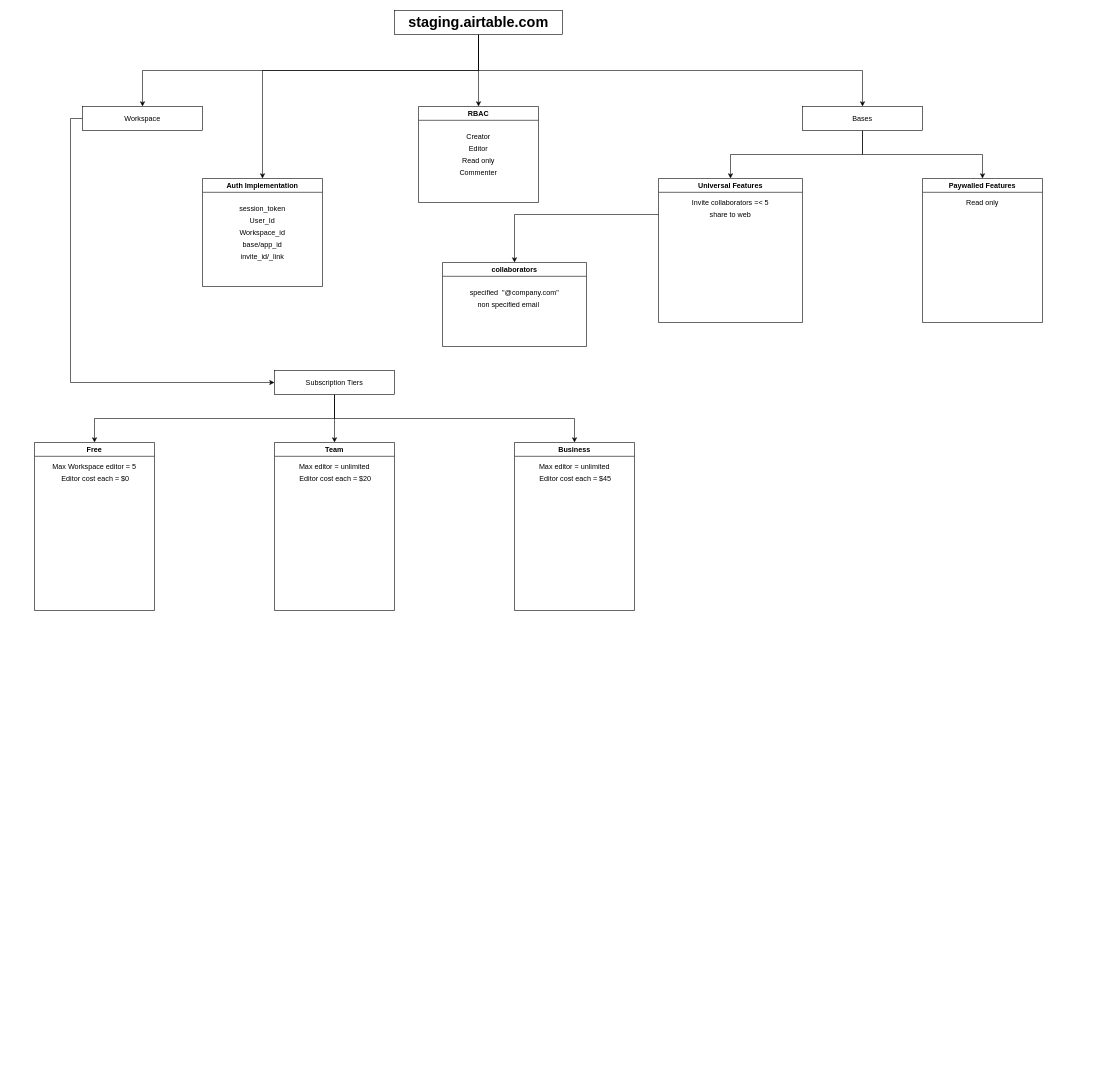
Above: Airtable.drawio in TheEthenian/Target-Maps (draw.io), before the change. Source tidied: cells renumbered, new cells numbered last; positions are measured from the earlier drawing's top-left corner, leaving out a move shared by most shapes. Both pictures are drawn from the tidied source at 60%, with x=0, y=0 at pixel (34, 10).
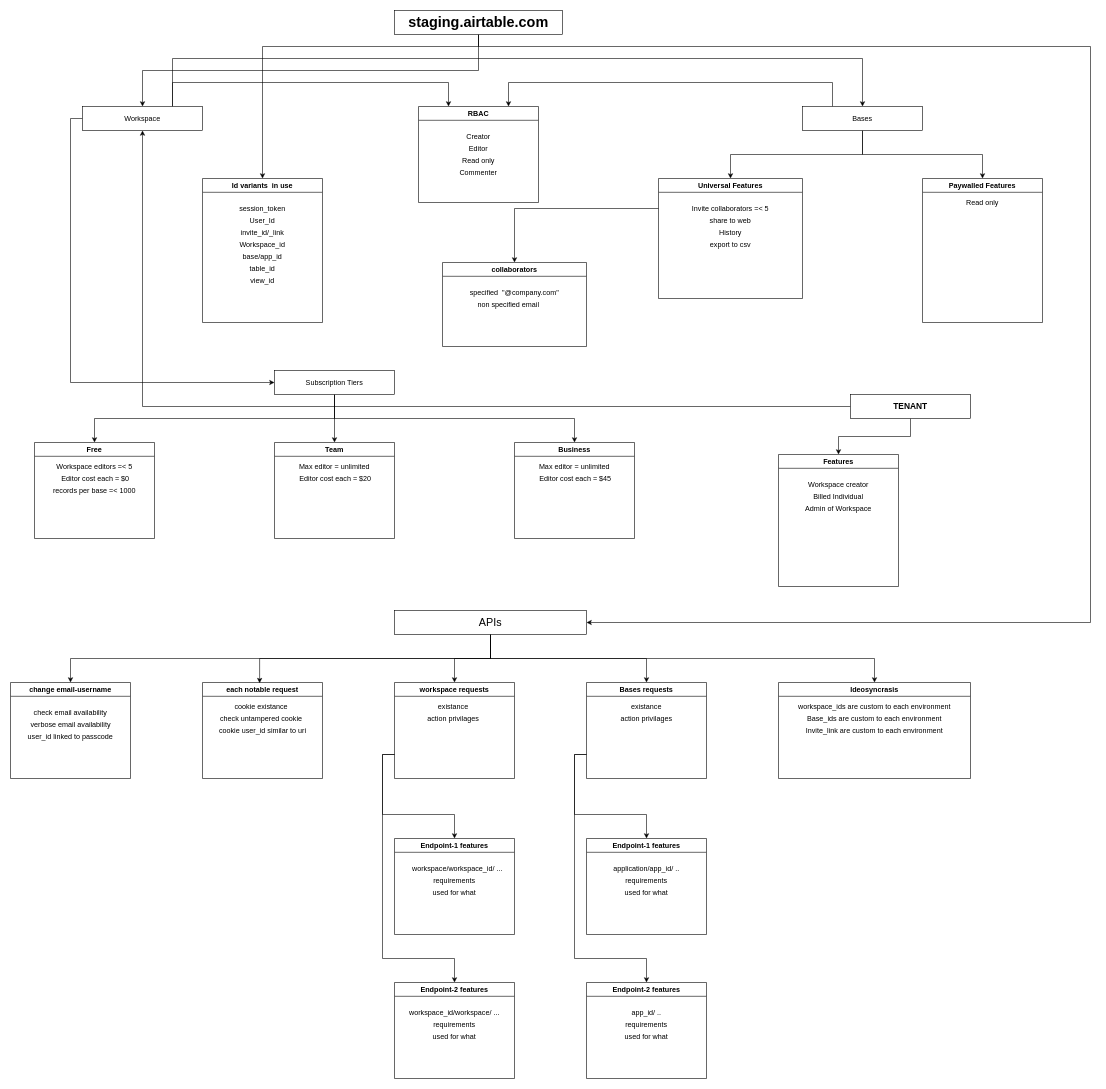
After the change.

The change refers to these unchanged cells:
```xml
<mxCell id="6" value="&lt;b&gt;&lt;font style=&quot;font-size: 24px;&quot;&gt;staging.airtable.com&lt;/font&gt;&lt;/b&gt;" style="rounded=0;whiteSpace=wrap;html=1;" parent="1" vertex="1">
  <mxGeometry x="600" width="280" height="40" as="geometry" />
</mxCell>
<mxCell id="8" value="Workspace" style="rounded=0;whiteSpace=wrap;html=1;" parent="1" vertex="1">
  <mxGeometry x="80" y="160" width="200" height="40" as="geometry" />
</mxCell>
<mxCell id="11" value="Bases" style="rounded=0;whiteSpace=wrap;html=1;" parent="1" vertex="1">
  <mxGeometry x="1280" y="160" width="200" height="40" as="geometry" />
</mxCell>
<mxCell id="25" value="RBAC" style="swimlane;whiteSpace=wrap;html=1;startSize=23;" parent="1" vertex="1">
  <mxGeometry x="640" y="160" width="200" height="160" as="geometry" />
</mxCell>
```

The edit, as a diff of the source:
```diff
@@
-    <mxCell id="3" style="edgeStyle=orthogonalEdgeStyle;rounded=0;jettySize=auto;html=1;exitX=0.5;exitY=1;exitDx=0;exitDy=0;" parent="1" edge="1" source="6" target="25">
-      <mxGeometry relative="1" as="geometry" />
-    </mxCell>
-    <mxCell id="4" style="edgeStyle=orthogonalEdgeStyle;rounded=0;jettySize=auto;html=1;exitX=0.5;exitY=1;exitDx=0;exitDy=0;" parent="1" edge="1" source="6" target="11">
-      <mxGeometry relative="1" as="geometry" />
-    </mxCell>
     <mxCell id="5" style="edgeStyle=orthogonalEdgeStyle;rounded=0;jettySize=auto;html=1;exitX=0.5;exitY=1;exitDx=0;exitDy=0;entryX=0.5;entryY=0;entryDx=0;entryDy=0;" parent="1" edge="1" source="6" target="36">
       <mxGeometry relative="1" as="geometry">
         <Array as="points">
-          <mxPoint x="740" y="100" />
-          <mxPoint x="380" y="100" />
+          <mxPoint x="740" y="60" />
+          <mxPoint x="380" y="60" />
         </Array>
       </mxGeometry>
     </mxCell>
+    <mxCell id="45" style="edgeStyle=orthogonalEdgeStyle;rounded=0;jettySize=auto;html=1;exitX=0.5;exitY=1;exitDx=0;exitDy=0;entryX=1;entryY=0.5;entryDx=0;entryDy=0;" parent="1" edge="1" source="6" target="65">
+      <mxGeometry relative="1" as="geometry">
+        <Array as="points">
+          <mxPoint x="740" y="60" />
+          <mxPoint x="1760" y="60" />
+          <mxPoint x="1760" y="1020" />
+        </Array>
+      </mxGeometry>
+    </mxCell>
@@
+    <mxCell id="46" style="edgeStyle=orthogonalEdgeStyle;rounded=0;jettySize=auto;html=1;exitX=0.75;exitY=0;exitDx=0;exitDy=0;entryX=0.5;entryY=0;entryDx=0;entryDy=0;" parent="1" edge="1" source="8" target="11">
+      <mxGeometry relative="1" as="geometry">
+        <Array as="points">
+          <mxPoint x="230" y="80" />
+          <mxPoint x="1380" y="80" />
+        </Array>
+      </mxGeometry>
+    </mxCell>
+    <mxCell id="47" style="edgeStyle=orthogonalEdgeStyle;rounded=0;jettySize=auto;html=1;exitX=0.75;exitY=0;exitDx=0;exitDy=0;entryX=0.25;entryY=0;entryDx=0;entryDy=0;" parent="1" edge="1" source="8" target="25">
+      <mxGeometry relative="1" as="geometry">
+        <Array as="points">
+          <mxPoint x="230" y="120" />
+          <mxPoint x="690" y="120" />
+        </Array>
+      </mxGeometry>
+    </mxCell>
@@
+    <mxCell id="48" style="edgeStyle=orthogonalEdgeStyle;rounded=0;jettySize=auto;html=1;exitX=0.25;exitY=0;exitDx=0;exitDy=0;entryX=0.75;entryY=0;entryDx=0;entryDy=0;" parent="1" edge="1" source="11" target="25">
+      <mxGeometry relative="1" as="geometry">
+        <Array as="points">
+          <mxPoint x="1330" y="120" />
+          <mxPoint x="790" y="120" />
+        </Array>
+      </mxGeometry>
+    </mxCell>
@@
     <mxCell id="16" value="Free" style="swimlane;whiteSpace=wrap;html=1;" parent="1" vertex="1">
-      <mxGeometry y="720" width="200" height="280" as="geometry" />
+      <mxGeometry y="720" width="200" height="160" as="geometry" />
     </mxCell>
-    <mxCell id="17" value="Max Workspace editor = 5" style="text;html=1;whiteSpace=wrap;strokeColor=none;fillColor=none;align=center;verticalAlign=middle;rounded=0;" parent="16" vertex="1">
+    <mxCell id="17" value="Workspace editors =&amp;lt; 5" style="text;html=1;whiteSpace=wrap;strokeColor=none;fillColor=none;align=center;verticalAlign=middle;rounded=0;" parent="16" vertex="1">
       <mxGeometry x="20" y="30" width="160" height="20" as="geometry" />
     </mxCell>
@@
+    <mxCell id="49" value="records per base =&amp;lt; 1000" style="text;html=1;whiteSpace=wrap;strokeColor=none;fillColor=none;align=center;verticalAlign=middle;rounded=0;" parent="16" vertex="1">
+      <mxGeometry x="25" y="70" width="150" height="20" as="geometry" />
+    </mxCell>
     <mxCell id="19" value="Team" style="swimlane;whiteSpace=wrap;html=1;startSize=23;" parent="1" vertex="1">
-      <mxGeometry x="400" y="720" width="200" height="280" as="geometry" />
+      <mxGeometry x="400" y="720" width="200" height="160" as="geometry" />
     </mxCell>
@@
     <mxCell id="22" value="Business" style="swimlane;whiteSpace=wrap;html=1;startSize=23;" parent="1" vertex="1">
-      <mxGeometry x="800" y="720" width="200" height="280" as="geometry" />
+      <mxGeometry x="800" y="720" width="200" height="160" as="geometry" />
     </mxCell>
@@
     <mxCell id="31" value="Universal Features" style="swimlane;whiteSpace=wrap;html=1;startSize=23;" parent="1" vertex="1">
-      <mxGeometry x="1040" y="280" width="240" height="240" as="geometry" />
+      <mxGeometry x="1040" y="280" width="240" height="200" as="geometry" />
     </mxCell>
     <mxCell id="32" value="Invite collaborators =&amp;lt; 5" style="text;html=1;whiteSpace=wrap;strokeColor=none;fillColor=none;align=center;verticalAlign=middle;rounded=0;" parent="31" vertex="1">
-      <mxGeometry x="40" y="30" width="160" height="20" as="geometry" />
+      <mxGeometry x="40" y="40" width="160" height="20" as="geometry" />
     </mxCell>
     <mxCell id="33" value="share to web" style="text;html=1;whiteSpace=wrap;strokeColor=none;fillColor=none;align=center;verticalAlign=middle;rounded=0;" parent="31" vertex="1">
-      <mxGeometry x="60" y="50" width="120" height="20" as="geometry" />
+      <mxGeometry x="60" y="60" width="120" height="20" as="geometry" />
     </mxCell>
+    <mxCell id="50" value="History" style="text;html=1;whiteSpace=wrap;strokeColor=none;fillColor=none;align=center;verticalAlign=middle;rounded=0;" parent="31" vertex="1">
+      <mxGeometry x="60" y="80" width="120" height="20" as="geometry" />
+    </mxCell>
+    <mxCell id="51" value="export to csv" style="text;html=1;whiteSpace=wrap;strokeColor=none;fillColor=none;align=center;verticalAlign=middle;rounded=0;" parent="31" vertex="1">
+      <mxGeometry x="60" y="100" width="120" height="20" as="geometry" />
+    </mxCell>
@@
-    <mxCell id="36" value="Auth Implementation" style="swimlane;whiteSpace=wrap;html=1;startSize=23;" parent="1" vertex="1">
-      <mxGeometry x="280" y="280" width="200" height="180" as="geometry" />
+    <mxCell id="36" value="Id variants&amp;nbsp; in use" style="swimlane;whiteSpace=wrap;html=1;startSize=23;" parent="1" vertex="1">
+      <mxGeometry x="280" y="280" width="200" height="240" as="geometry" />
     </mxCell>
@@
     <mxCell id="38" value="Workspace_id" style="text;html=1;whiteSpace=wrap;strokeColor=none;fillColor=none;align=center;verticalAlign=middle;rounded=0;" parent="36" vertex="1">
-      <mxGeometry x="40" y="80" width="120" height="20" as="geometry" />
+      <mxGeometry x="40" y="100" width="120" height="20" as="geometry" />
     </mxCell>
     <mxCell id="39" value="base/app_id" style="text;html=1;whiteSpace=wrap;strokeColor=none;fillColor=none;align=center;verticalAlign=middle;rounded=0;" parent="36" vertex="1">
-      <mxGeometry x="40" y="100" width="120" height="20" as="geometry" />
+      <mxGeometry x="40" y="120" width="120" height="20" as="geometry" />
     </mxCell>
@@
     <mxCell id="41" value="invite_id/_link" style="text;html=1;whiteSpace=wrap;strokeColor=none;fillColor=none;align=center;verticalAlign=middle;rounded=0;" parent="36" vertex="1">
-      <mxGeometry x="40" y="120" width="120" height="20" as="geometry" />
+      <mxGeometry x="40" y="80" width="120" height="20" as="geometry" />
     </mxCell>
+    <mxCell id="52" value="table_id" style="text;html=1;whiteSpace=wrap;strokeColor=none;fillColor=none;align=center;verticalAlign=middle;rounded=0;" parent="36" vertex="1">
+      <mxGeometry x="40" y="140" width="120" height="20" as="geometry" />
+    </mxCell>
+    <mxCell id="53" value="view_id" style="text;html=1;whiteSpace=wrap;strokeColor=none;fillColor=none;align=center;verticalAlign=middle;rounded=0;" parent="36" vertex="1">
+      <mxGeometry x="40" y="160" width="120" height="20" as="geometry" />
+    </mxCell>
@@
+    <mxCell id="54" style="edgeStyle=orthogonalEdgeStyle;rounded=0;jettySize=auto;html=1;exitX=0;exitY=0.5;exitDx=0;exitDy=0;entryX=0.5;entryY=1;entryDx=0;entryDy=0;" parent="1" edge="1" source="56" target="8">
+      <mxGeometry relative="1" as="geometry" />
+    </mxCell>
+    <mxCell id="55" style="edgeStyle=orthogonalEdgeStyle;rounded=0;jettySize=auto;html=1;exitX=0.5;exitY=1;exitDx=0;exitDy=0;entryX=0.5;entryY=0;entryDx=0;entryDy=0;" parent="1" edge="1" source="56" target="57">
+      <mxGeometry relative="1" as="geometry" />
+    </mxCell>
+    <mxCell id="56" value="&lt;b&gt;&lt;font style=&quot;font-size: 14px;&quot;&gt;TENANT&lt;/font&gt;&lt;/b&gt;" style="rounded=0;whiteSpace=wrap;html=1;" parent="1" vertex="1">
+      <mxGeometry x="1360" y="640" width="200" height="40" as="geometry" />
+    </mxCell>
+    <mxCell id="57" value="Features" style="swimlane;whiteSpace=wrap;html=1;startSize=23;" parent="1" vertex="1">
+      <mxGeometry x="1240" y="740" width="200" height="220" as="geometry" />
+    </mxCell>
+    <mxCell id="58" value="Workspace creator" style="text;html=1;whiteSpace=wrap;strokeColor=none;fillColor=none;align=center;verticalAlign=middle;rounded=0;" parent="57" vertex="1">
+      <mxGeometry x="40" y="40" width="120" height="20" as="geometry" />
+    </mxCell>
+    <mxCell id="59" value="Billed Individual" style="text;html=1;whiteSpace=wrap;strokeColor=none;fillColor=none;align=center;verticalAlign=middle;rounded=0;" parent="57" vertex="1">
+      <mxGeometry x="40" y="60" width="120" height="20" as="geometry" />
+    </mxCell>
+    <mxCell id="60" value="Admin of Workspace" style="text;html=1;whiteSpace=wrap;strokeColor=none;fillColor=none;align=center;verticalAlign=middle;rounded=0;" parent="57" vertex="1">
+      <mxGeometry x="40" y="80" width="120" height="20" as="geometry" />
+    </mxCell>
+    <mxCell id="61" style="edgeStyle=orthogonalEdgeStyle;rounded=0;jettySize=auto;html=1;exitX=0.5;exitY=1;exitDx=0;exitDy=0;entryX=0.5;entryY=0;entryDx=0;entryDy=0;" parent="1" edge="1" source="65" target="66">
+      <mxGeometry relative="1" as="geometry" />
+    </mxCell>
+    <mxCell id="62" style="edgeStyle=orthogonalEdgeStyle;rounded=0;jettySize=auto;html=1;exitX=0.5;exitY=1;exitDx=0;exitDy=0;entryX=0.5;entryY=0;entryDx=0;entryDy=0;" parent="1" edge="1" source="65" target="76">
+      <mxGeometry relative="1" as="geometry" />
+    </mxCell>
+    <mxCell id="63" style="edgeStyle=orthogonalEdgeStyle;rounded=0;jettySize=auto;html=1;exitX=0.5;exitY=1;exitDx=0;exitDy=0;entryX=0.5;entryY=0;entryDx=0;entryDy=0;" parent="1" edge="1" source="65" target="81">
+      <mxGeometry relative="1" as="geometry" />
+    </mxCell>
+    <mxCell id="64" style="edgeStyle=orthogonalEdgeStyle;rounded=0;jettySize=auto;html=1;exitX=0.5;exitY=1;exitDx=0;exitDy=0;entryX=0.5;entryY=0;entryDx=0;entryDy=0;" parent="1" edge="1" source="65" target="85">
+      <mxGeometry relative="1" as="geometry" />
+    </mxCell>
+    <mxCell id="65" value="&lt;font style=&quot;font-size: 18px;&quot;&gt;APIs&lt;/font&gt;" style="rounded=0;whiteSpace=wrap;html=1;" parent="1" vertex="1">
+      <mxGeometry x="600" y="1000" width="320" height="40" as="geometry" />
+    </mxCell>
+    <mxCell id="66" value="change email-username" style="swimlane;whiteSpace=wrap;html=1;startSize=23;" parent="1" vertex="1">
+      <mxGeometry x="-40" y="1120" width="200" height="160" as="geometry" />
+    </mxCell>
+    <mxCell id="67" value="user_id linked to passcode" style="text;html=1;whiteSpace=wrap;strokeColor=none;fillColor=none;align=center;verticalAlign=middle;rounded=0;" parent="66" vertex="1">
+      <mxGeometry x="20" y="80" width="160" height="20" as="geometry" />
+    </mxCell>
+    <mxCell id="68" value="check email availability" style="text;html=1;whiteSpace=wrap;strokeColor=none;fillColor=none;align=center;verticalAlign=middle;rounded=0;" parent="66" vertex="1">
+      <mxGeometry x="35" y="40" width="130" height="20" as="geometry" />
+    </mxCell>
+    <mxCell id="69" value="verbose email availability" style="text;html=1;whiteSpace=wrap;strokeColor=none;fillColor=none;align=center;verticalAlign=middle;rounded=0;" parent="66" vertex="1">
+      <mxGeometry x="27.5" y="60" width="145" height="20" as="geometry" />
+    </mxCell>
+    <mxCell id="70" value="each notable request" style="swimlane;whiteSpace=wrap;html=1;startSize=23;" parent="1" vertex="1">
+      <mxGeometry x="280" y="1120" width="200" height="160" as="geometry" />
+    </mxCell>
+    <mxCell id="71" value="check untampered cookie" style="text;html=1;whiteSpace=wrap;strokeColor=none;fillColor=none;align=center;verticalAlign=middle;rounded=0;" parent="70" vertex="1">
+      <mxGeometry x="17.5" y="50" width="160" height="20" as="geometry" />
+    </mxCell>
+    <mxCell id="72" value="cookie user_id similar to uri" style="text;html=1;whiteSpace=wrap;strokeColor=none;fillColor=none;align=center;verticalAlign=middle;rounded=0;" parent="70" vertex="1">
+      <mxGeometry x="22.5" y="70" width="155" height="20" as="geometry" />
+    </mxCell>
+    <mxCell id="73" value="cookie existance" style="text;html=1;whiteSpace=wrap;strokeColor=none;fillColor=none;align=center;verticalAlign=middle;rounded=0;" parent="70" vertex="1">
+      <mxGeometry x="32.5" y="30" width="130" height="20" as="geometry" />
+    </mxCell>
+    <mxCell id="74" style="edgeStyle=orthogonalEdgeStyle;rounded=0;jettySize=auto;html=1;exitX=0;exitY=0.75;exitDx=0;exitDy=0;entryX=0.5;entryY=0;entryDx=0;entryDy=0;" parent="1" edge="1" source="76" target="89">
+      <mxGeometry relative="1" as="geometry">
+        <Array as="points">
+          <mxPoint x="580" y="1240" />
+          <mxPoint x="580" y="1340" />
+          <mxPoint x="700" y="1340" />
+        </Array>
+      </mxGeometry>
+    </mxCell>
+    <mxCell id="75" style="edgeStyle=orthogonalEdgeStyle;rounded=0;jettySize=auto;html=1;exitX=0;exitY=0.75;exitDx=0;exitDy=0;entryX=0.5;entryY=0;entryDx=0;entryDy=0;" parent="1" edge="1" source="76" target="93">
+      <mxGeometry relative="1" as="geometry">
+        <Array as="points">
+          <mxPoint x="580" y="1240" />
+          <mxPoint x="580" y="1580" />
+          <mxPoint x="700" y="1580" />
+        </Array>
+      </mxGeometry>
+    </mxCell>
+    <mxCell id="76" value="workspace requests" style="swimlane;whiteSpace=wrap;html=1;startSize=23;" parent="1" vertex="1">
+      <mxGeometry x="600" y="1120" width="200" height="160" as="geometry" />
+    </mxCell>
+    <mxCell id="77" value="action privilages" style="text;html=1;whiteSpace=wrap;strokeColor=none;fillColor=none;align=center;verticalAlign=middle;rounded=0;" parent="76" vertex="1">
+      <mxGeometry x="17.5" y="50" width="160" height="20" as="geometry" />
+    </mxCell>
+    <mxCell id="78" value="existance" style="text;html=1;whiteSpace=wrap;strokeColor=none;fillColor=none;align=center;verticalAlign=middle;rounded=0;" parent="76" vertex="1">
+      <mxGeometry x="32.5" y="30" width="130" height="20" as="geometry" />
+    </mxCell>
+    <mxCell id="79" style="edgeStyle=orthogonalEdgeStyle;rounded=0;jettySize=auto;html=1;exitX=0;exitY=0.75;exitDx=0;exitDy=0;entryX=0.5;entryY=0;entryDx=0;entryDy=0;" parent="1" edge="1" source="81" target="97">
+      <mxGeometry relative="1" as="geometry">
+        <Array as="points">
+          <mxPoint x="900" y="1240" />
+          <mxPoint x="900" y="1340" />
+          <mxPoint x="1020" y="1340" />
+        </Array>
+      </mxGeometry>
+    </mxCell>
+    <mxCell id="80" style="edgeStyle=orthogonalEdgeStyle;rounded=0;jettySize=auto;html=1;exitX=0;exitY=0.75;exitDx=0;exitDy=0;entryX=0.5;entryY=0;entryDx=0;entryDy=0;" parent="1" edge="1" source="81" target="101">
+      <mxGeometry relative="1" as="geometry">
+        <Array as="points">
+          <mxPoint x="900" y="1240" />
+          <mxPoint x="900" y="1580" />
+          <mxPoint x="1020" y="1580" />
+        </Array>
+      </mxGeometry>
+    </mxCell>
+    <mxCell id="81" value="Bases requests" style="swimlane;whiteSpace=wrap;html=1;startSize=23;" parent="1" vertex="1">
+      <mxGeometry x="920" y="1120" width="200" height="160" as="geometry" />
+    </mxCell>
+    <mxCell id="82" value="action privilages" style="text;html=1;whiteSpace=wrap;strokeColor=none;fillColor=none;align=center;verticalAlign=middle;rounded=0;" parent="81" vertex="1">
+      <mxGeometry x="20" y="50" width="160" height="20" as="geometry" />
+    </mxCell>
+    <mxCell id="83" value="existance" style="text;html=1;whiteSpace=wrap;strokeColor=none;fillColor=none;align=center;verticalAlign=middle;rounded=0;" parent="81" vertex="1">
+      <mxGeometry x="35" y="30" width="130" height="20" as="geometry" />
+    </mxCell>
+    <mxCell id="84" style="edgeStyle=orthogonalEdgeStyle;rounded=0;jettySize=auto;html=1;exitX=0.5;exitY=1;exitDx=0;exitDy=0;entryX=0.476;entryY=0.007;entryDx=0;entryDy=0;entryPerimeter=0;" parent="1" edge="1" source="65" target="70">
+      <mxGeometry relative="1" as="geometry" />
+    </mxCell>
+    <mxCell id="85" value="Ideosyncrasis" style="swimlane;whiteSpace=wrap;html=1;startSize=23;" parent="1" vertex="1">
+      <mxGeometry x="1240" y="1120" width="320" height="160" as="geometry" />
+    </mxCell>
+    <mxCell id="86" value="workspace_ids are custom to each environment" style="text;html=1;whiteSpace=wrap;strokeColor=none;fillColor=none;align=center;verticalAlign=middle;rounded=0;" parent="85" vertex="1">
+      <mxGeometry x="23.1" y="30" width="273.8" height="20" as="geometry" />
+    </mxCell>
+    <mxCell id="87" value="Base_ids are custom to each environment" style="text;html=1;whiteSpace=wrap;strokeColor=none;fillColor=none;align=center;verticalAlign=middle;rounded=0;" parent="85" vertex="1">
+      <mxGeometry x="41.2" y="50" width="237.5" height="20" as="geometry" />
+    </mxCell>
+    <mxCell id="88" value="Invite_link are custom to each environment" style="text;html=1;whiteSpace=wrap;strokeColor=none;fillColor=none;align=center;verticalAlign=middle;rounded=0;" parent="85" vertex="1">
+      <mxGeometry x="41.2" y="70" width="237.5" height="20" as="geometry" />
+    </mxCell>
+    <mxCell id="89" value="Endpoint-1 features" style="swimlane;whiteSpace=wrap;html=1;startSize=23;" parent="1" vertex="1">
+      <mxGeometry x="600" y="1380" width="200" height="160" as="geometry" />
+    </mxCell>
+    <mxCell id="90" value="workspace/workspace_id/ ..." style="text;html=1;whiteSpace=wrap;strokeColor=none;fillColor=none;align=center;verticalAlign=middle;rounded=0;" parent="89" vertex="1">
+      <mxGeometry x="20" y="40" width="170" height="20" as="geometry" />
+    </mxCell>
+    <mxCell id="91" value="requirements" style="text;html=1;whiteSpace=wrap;strokeColor=none;fillColor=none;align=center;verticalAlign=middle;rounded=0;" parent="89" vertex="1">
+      <mxGeometry x="20" y="60" width="160" height="20" as="geometry" />
+    </mxCell>
+    <mxCell id="92" value="used for what" style="text;html=1;whiteSpace=wrap;strokeColor=none;fillColor=none;align=center;verticalAlign=middle;rounded=0;" parent="89" vertex="1">
+      <mxGeometry x="20" y="80" width="160" height="20" as="geometry" />
+    </mxCell>
+    <mxCell id="93" value="Endpoint-2 features" style="swimlane;whiteSpace=wrap;html=1;startSize=23;" parent="1" vertex="1">
+      <mxGeometry x="600" y="1620" width="200" height="160" as="geometry" />
+    </mxCell>
+    <mxCell id="94" value="requirements" style="text;html=1;whiteSpace=wrap;strokeColor=none;fillColor=none;align=center;verticalAlign=middle;rounded=0;" parent="93" vertex="1">
+      <mxGeometry x="20" y="60" width="160" height="20" as="geometry" />
+    </mxCell>
+    <mxCell id="95" value="used for what" style="text;html=1;whiteSpace=wrap;strokeColor=none;fillColor=none;align=center;verticalAlign=middle;rounded=0;" parent="93" vertex="1">
+      <mxGeometry x="20" y="80" width="160" height="20" as="geometry" />
+    </mxCell>
+    <mxCell id="96" value="workspace_id/workspace/ ..." style="text;html=1;whiteSpace=wrap;strokeColor=none;fillColor=none;align=center;verticalAlign=middle;rounded=0;" parent="93" vertex="1">
+      <mxGeometry x="15" y="40" width="170" height="20" as="geometry" />
+    </mxCell>
+    <mxCell id="97" value="Endpoint-1 features" style="swimlane;whiteSpace=wrap;html=1;startSize=23;" parent="1" vertex="1">
+      <mxGeometry x="920" y="1380" width="200" height="160" as="geometry" />
+    </mxCell>
+    <mxCell id="98" value="application/app_id/ .." style="text;html=1;whiteSpace=wrap;strokeColor=none;fillColor=none;align=center;verticalAlign=middle;rounded=0;" parent="97" vertex="1">
+      <mxGeometry x="20" y="40" width="160" height="20" as="geometry" />
+    </mxCell>
+    <mxCell id="99" value="requirements" style="text;html=1;whiteSpace=wrap;strokeColor=none;fillColor=none;align=center;verticalAlign=middle;rounded=0;" parent="97" vertex="1">
+      <mxGeometry x="20" y="60" width="160" height="20" as="geometry" />
+    </mxCell>
+    <mxCell id="100" value="used for what" style="text;html=1;whiteSpace=wrap;strokeColor=none;fillColor=none;align=center;verticalAlign=middle;rounded=0;" parent="97" vertex="1">
+      <mxGeometry x="20" y="80" width="160" height="20" as="geometry" />
+    </mxCell>
+    <mxCell id="101" value="Endpoint-2 features" style="swimlane;whiteSpace=wrap;html=1;startSize=23;" parent="1" vertex="1">
+      <mxGeometry x="920" y="1620" width="200" height="160" as="geometry" />
+    </mxCell>
+    <mxCell id="102" value="app_id/ .." style="text;html=1;whiteSpace=wrap;strokeColor=none;fillColor=none;align=center;verticalAlign=middle;rounded=0;" parent="101" vertex="1">
+      <mxGeometry x="20" y="40" width="160" height="20" as="geometry" />
+    </mxCell>
+    <mxCell id="103" value="requirements" style="text;html=1;whiteSpace=wrap;strokeColor=none;fillColor=none;align=center;verticalAlign=middle;rounded=0;" parent="101" vertex="1">
+      <mxGeometry x="20" y="60" width="160" height="20" as="geometry" />
+    </mxCell>
+    <mxCell id="104" value="used for what" style="text;html=1;whiteSpace=wrap;strokeColor=none;fillColor=none;align=center;verticalAlign=middle;rounded=0;" parent="101" vertex="1">
+      <mxGeometry x="20" y="80" width="160" height="20" as="geometry" />
+    </mxCell>
```
